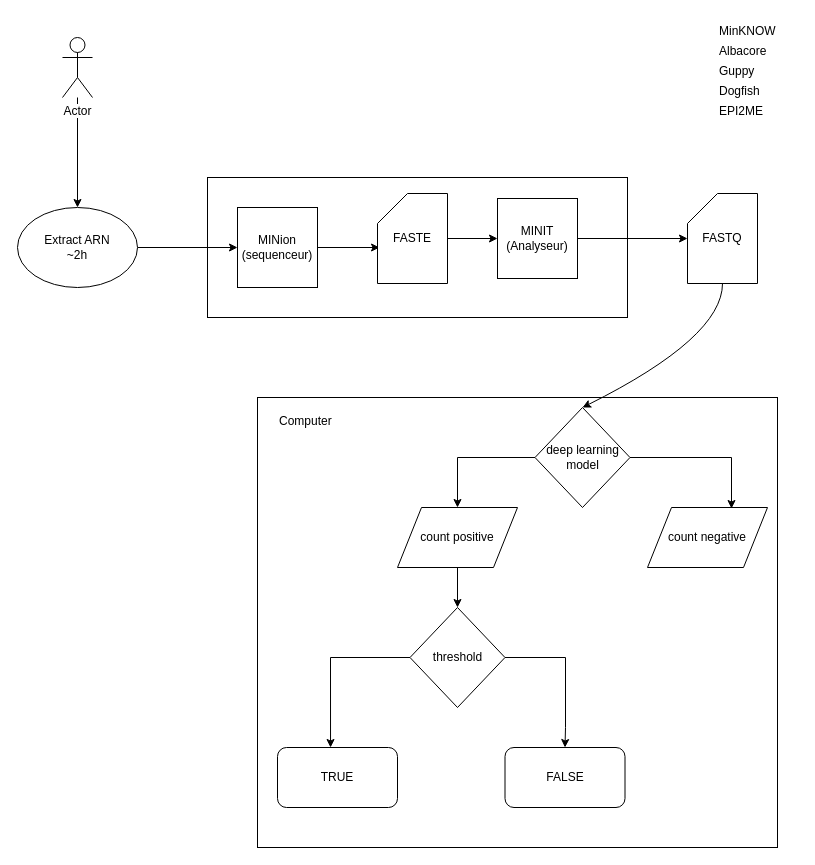
angegar/IDEA keeps this draw.io diagram as page "Page-1" (1 of 2) of architecture.drawio. Above is the earlier version. Source tidied: cells renumbered, new cells numbered last; positions are measured from the earlier drawing's top-left corner, leaving out a move shared by most shapes. Both pictures are drawn from the tidied source at 100%, with x=0, y=0 at pixel (17, 17).
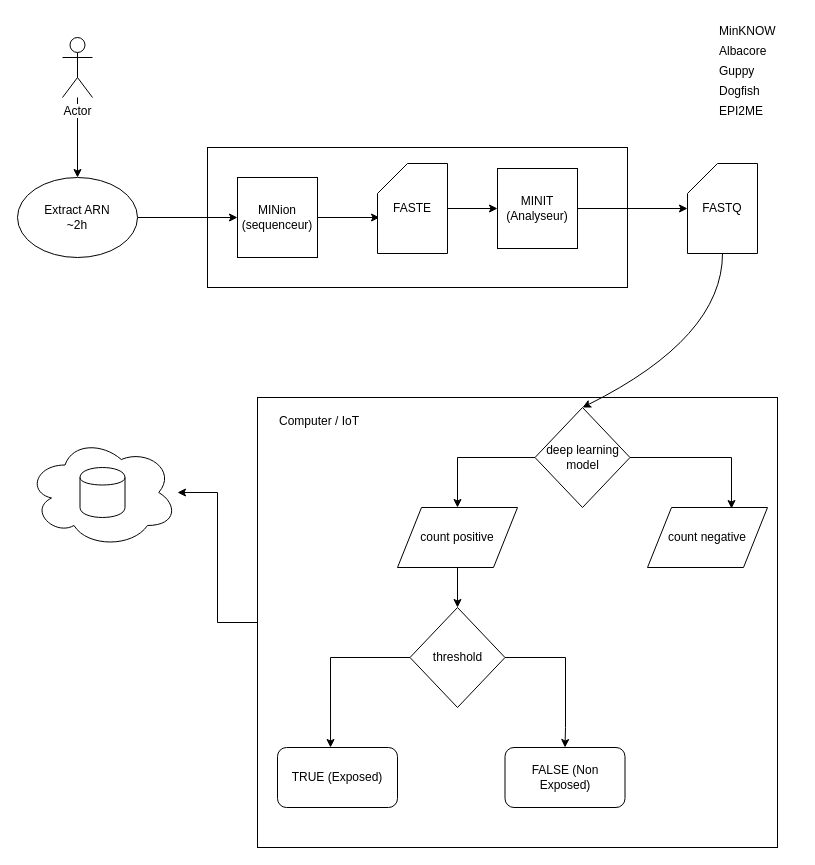
Above is the later version.

Unchanged cells that the change refers to:
```xml
<mxCell id="2" style="rounded=0;whiteSpace=wrap;html=1;" parent="1" vertex="1">
  <mxGeometry x="240" y="380" width="520" height="450" as="geometry" />
</mxCell>
```

The edit, as a diff of the source:
```diff
@@
+    <mxCell id="33" style="edgeStyle=orthogonalEdgeStyle;rounded=0;jettySize=auto;html=1;" parent="1" edge="1" source="2" target="34">
+      <mxGeometry relative="1" as="geometry" />
+    </mxCell>
@@
     <mxCell id="3" style="rounded=0;whiteSpace=wrap;html=1;" parent="1" vertex="1">
-      <mxGeometry x="190" y="160" width="420" height="140" as="geometry" />
+      <mxGeometry x="190" y="130" width="420" height="140" as="geometry" />
     </mxCell>
@@
     <mxCell id="5" value="MINion (sequenceur)" style="whiteSpace=wrap;html=1;" parent="1" vertex="1">
-      <mxGeometry x="220" y="190" width="80" height="80" as="geometry" />
+      <mxGeometry x="220" y="160" width="80" height="80" as="geometry" />
     </mxCell>
@@
     <mxCell id="7" value="MINIT (Analyseur)" style="whiteSpace=wrap;html=1;" parent="1" vertex="1">
-      <mxGeometry x="480" y="181" width="80" height="80" as="geometry" />
+      <mxGeometry x="480" y="151" width="80" height="80" as="geometry" />
     </mxCell>
     <mxCell id="8" value="FASTQ" style="shape=card;whiteSpace=wrap;html=1;" parent="1" vertex="1">
-      <mxGeometry x="670" y="176" width="70" height="90" as="geometry" />
+      <mxGeometry x="670" y="146" width="70" height="90" as="geometry" />
     </mxCell>
@@
     <mxCell id="10" value="FASTE" style="shape=card;whiteSpace=wrap;html=1;" parent="1" vertex="1">
-      <mxGeometry x="360" y="176" width="70" height="90" as="geometry" />
+      <mxGeometry x="360" y="146" width="70" height="90" as="geometry" />
     </mxCell>
-    <mxCell id="11" value="TRUE" style="rounded=1;whiteSpace=wrap;html=1;" parent="1" vertex="1">
+    <mxCell id="11" value="TRUE (Exposed)" style="rounded=1;whiteSpace=wrap;html=1;" parent="1" vertex="1">
       <mxGeometry x="260" y="730" width="120" height="60" as="geometry" />
     </mxCell>
@@
-    <mxCell id="28" value="FALSE" style="rounded=1;whiteSpace=wrap;html=1;" parent="1" vertex="1">
+    <mxCell id="28" value="FALSE (Non Exposed)" style="rounded=1;whiteSpace=wrap;html=1;" parent="1" vertex="1">
       <mxGeometry x="487.5" y="730" width="120" height="60" as="geometry" />
     </mxCell>
-    <mxCell id="29" value="Computer" style="text;html=1;" parent="1" vertex="1">
-      <mxGeometry x="260" y="390" width="80" height="30" as="geometry" />
+    <mxCell id="29" value="Computer / IoT" style="text;html=1;" parent="1" vertex="1">
+      <mxGeometry x="260" y="390" width="100" height="30" as="geometry" />
     </mxCell>
@@
     <mxCell id="31" value="Extract ARN&lt;br&gt;~2h" style="ellipse;whiteSpace=wrap;html=1;" parent="1" vertex="1">
-      <mxGeometry y="190" width="120" height="80" as="geometry" />
+      <mxGeometry y="160" width="120" height="80" as="geometry" />
     </mxCell>
@@
+    <mxCell id="34" style="ellipse;shape=cloud;whiteSpace=wrap;html=1;" parent="1" vertex="1">
+      <mxGeometry x="10" y="420" width="150" height="110" as="geometry" />
+    </mxCell>
+    <mxCell id="35" style="shape=cylinder;whiteSpace=wrap;html=1;boundedLbl=1;backgroundOutline=1;" parent="1" vertex="1">
+      <mxGeometry x="62.5" y="450" width="45" height="50" as="geometry" />
+    </mxCell>
```
